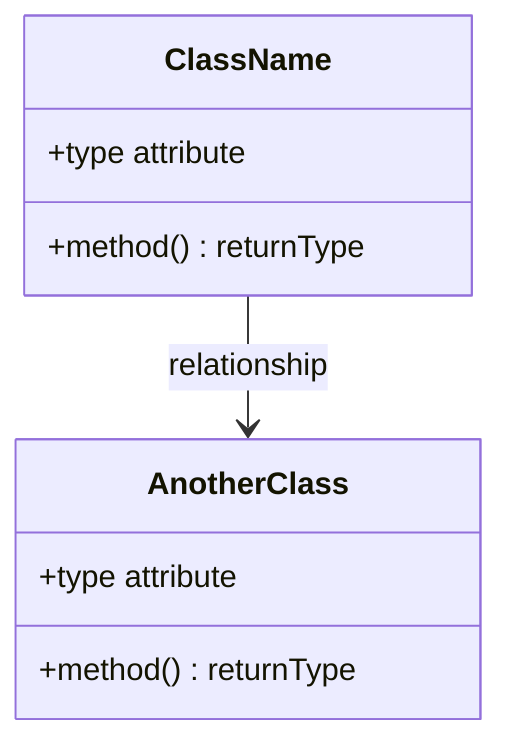
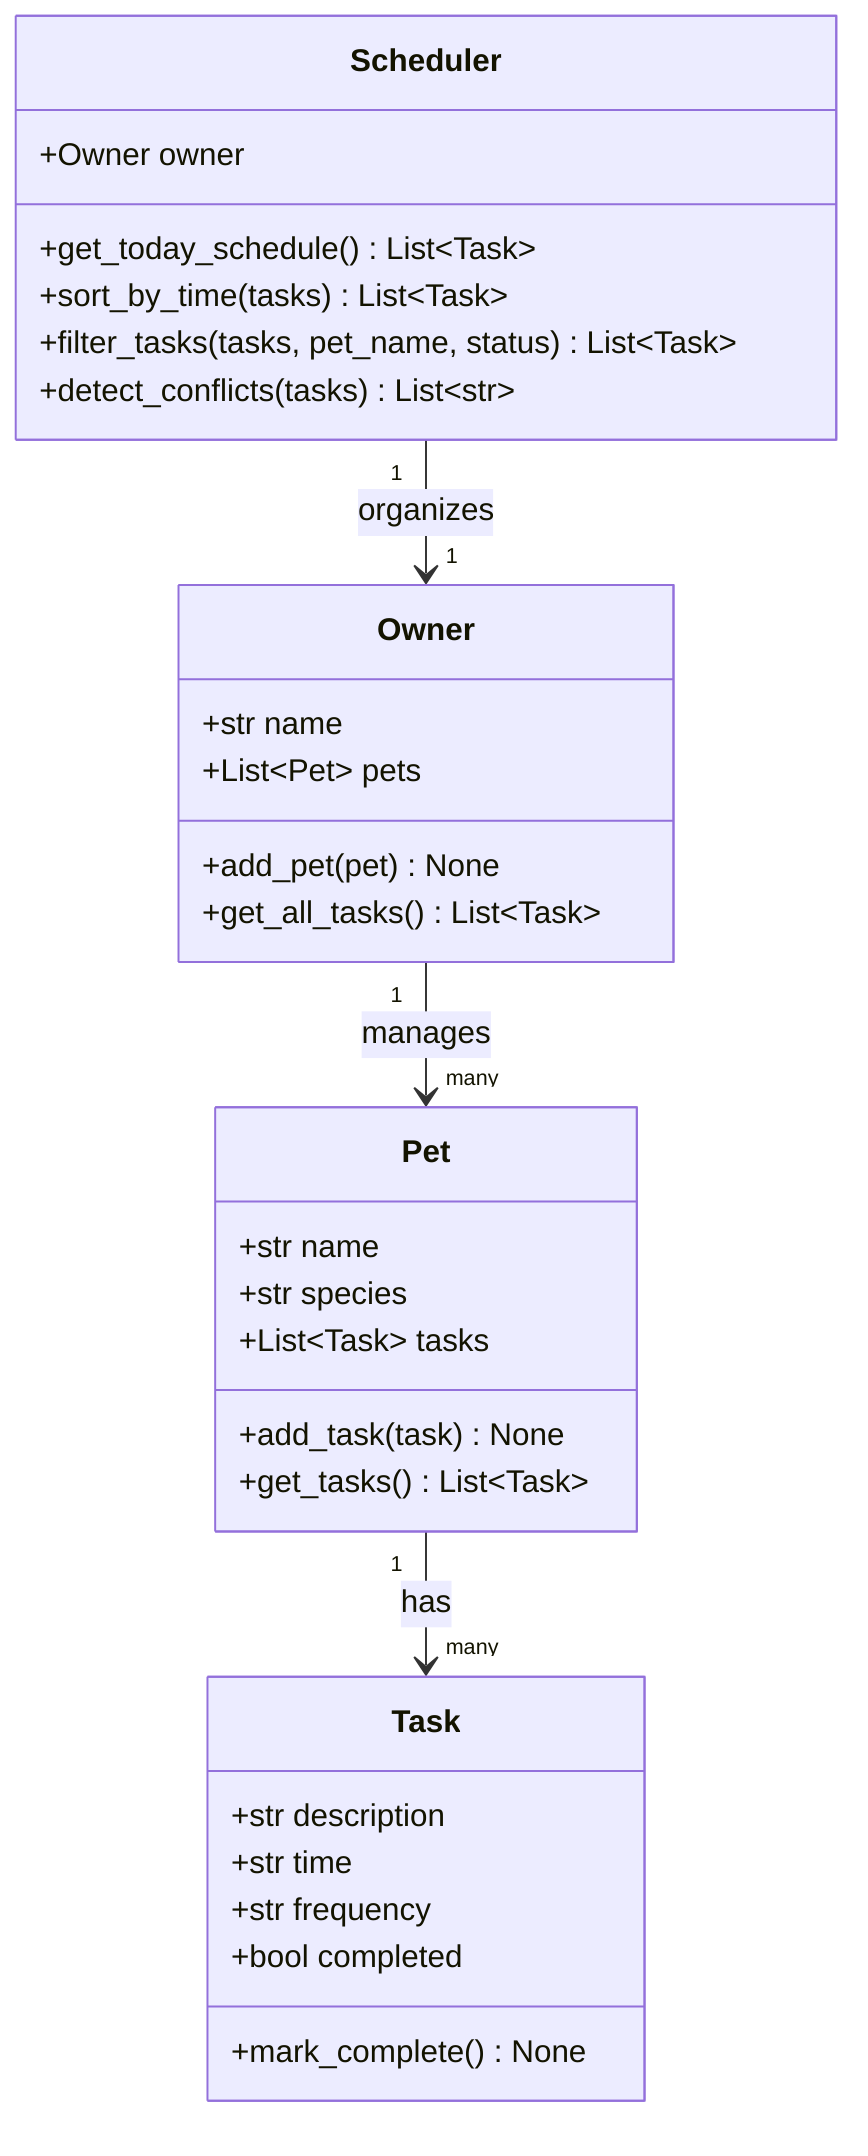
classDiagram
-     %% Replace the placeholders below with your actual classes, attributes, methods, and relationships.
-     %% Keep this file updated so it matches your final implementation.
+     %% PawPal+ working UML draft (Phase 1). Will be revisited/finalized in Phase 6.

-     class ClassName {
-         +type attribute
-         +method() returnType
+     class Task {
+         +str description
+         +str time
+         +str frequency
+         +bool completed
+         +mark_complete() None
    }

-     class AnotherClass {
-         +type attribute
-         +method() returnType
+     class Pet {
+         +str name
+         +str species
+         +List~Task~ tasks
+         +add_task(task) None
+         +get_tasks() List~Task~
    }

-     ClassName --> AnotherClass : relationship
+     class Owner {
+         +str name
+         +List~Pet~ pets
+         +add_pet(pet) None
+         +get_all_tasks() List~Task~
+     }
+ 
+     class Scheduler {
+         +Owner owner
+         +get_today_schedule() List~Task~
+         +sort_by_time(tasks) List~Task~
+         +filter_tasks(tasks, pet_name, status) List~Task~
+         +detect_conflicts(tasks) List~str~
+     }
+ 
+     Owner "1" --> "many" Pet : manages
+     Pet "1" --> "many" Task : has
+     Scheduler "1" --> "1" Owner : organizes
